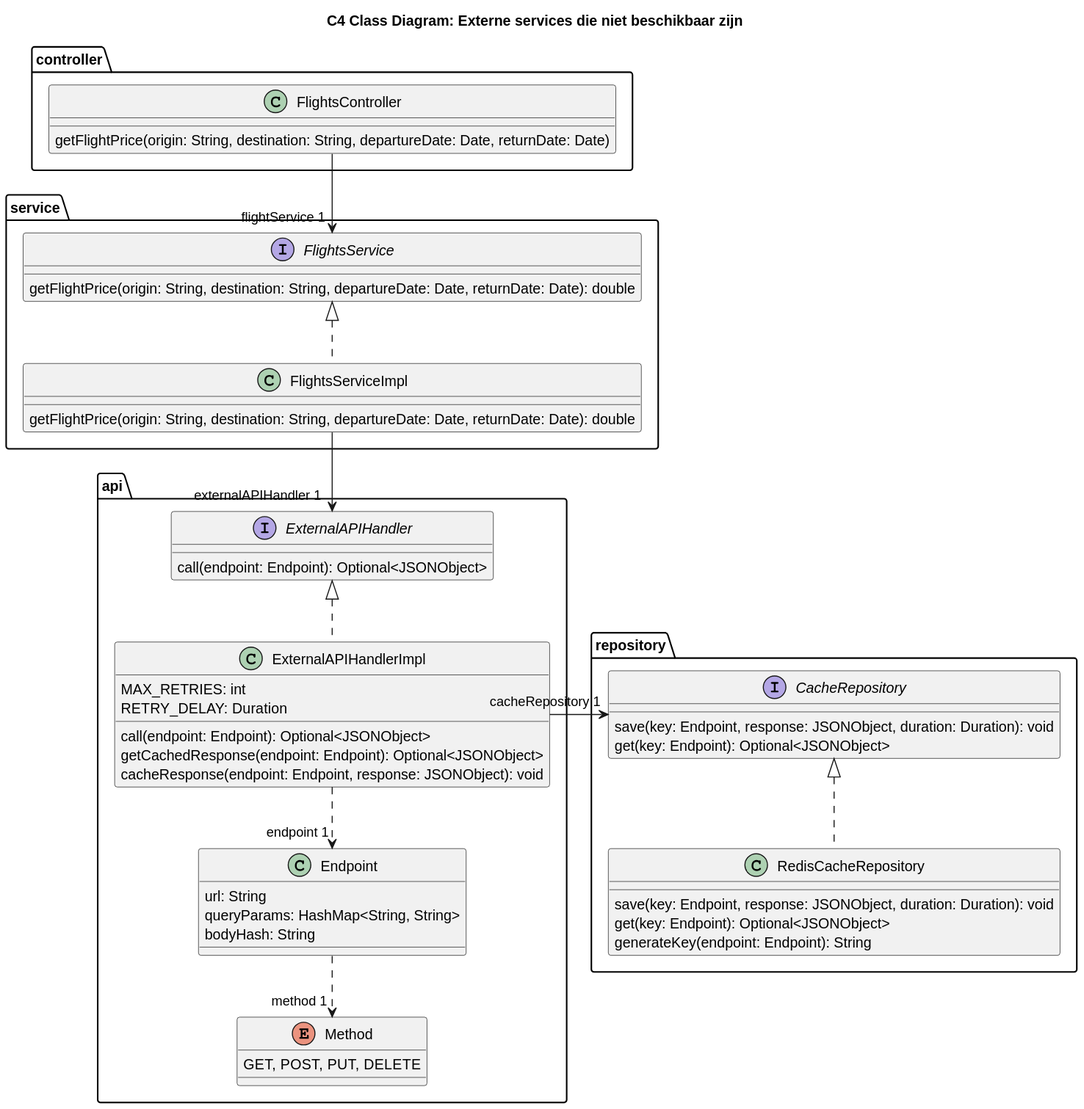
Before: software-guidebook/sgb-bestanden/ontwerpvragen/Fault Tolerance - class diagram-C4_Class_Diagram___Backend.svg, a diagram exported from PlantUML (AIM-ENE-feb25/triptop-groep-4-jochem-roald-stijn-a).
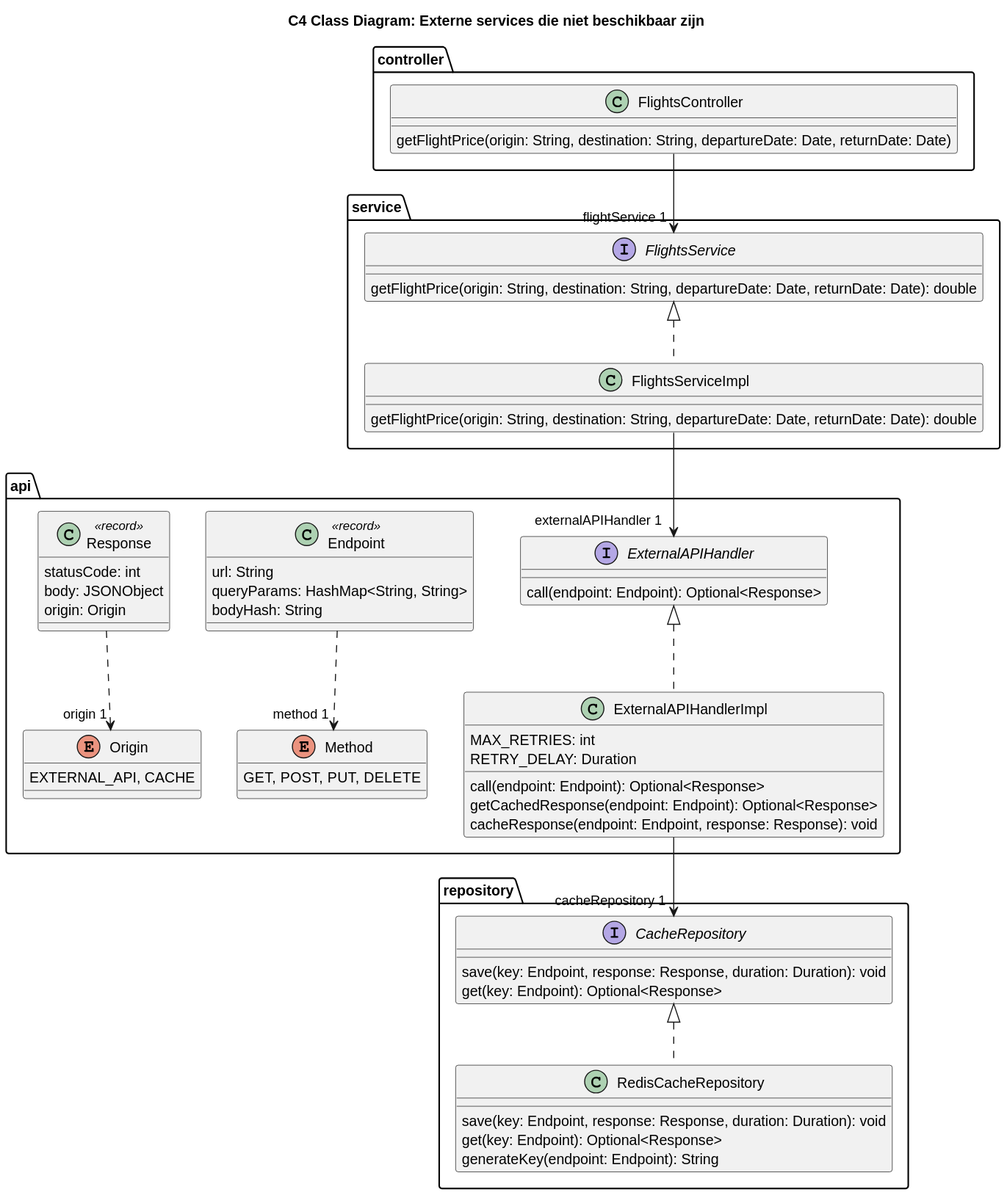
Above is the later version.

Commit message:
origin van response toegevoegd

Change to the diagram source:
```diff
@@ -22,18 +22,18 @@
 
 package "api" {
     interface ExternalAPIHandler {
-        call(endpoint: Endpoint): Optional<JSONObject>
+        call(endpoint: Endpoint): Optional<Response>
     }
 
     class ExternalAPIHandlerImpl {
         MAX_RETRIES: int
         RETRY_DELAY: Duration
-        call(endpoint: Endpoint): Optional<JSONObject>
-        getCachedResponse(endpoint: Endpoint): Optional<JSONObject>
-        cacheResponse(endpoint: Endpoint, response: JSONObject): void
+        call(endpoint: Endpoint): Optional<Response>
+        getCachedResponse(endpoint: Endpoint): Optional<Response>
+        cacheResponse(endpoint: Endpoint, response: Response): void
     }
 
-    class Endpoint {
+    class Endpoint <<record>> {
         url: String
         queryParams: HashMap<String, String>
         bodyHash: String
@@ -42,17 +42,27 @@
     enum Method {
         GET, POST, PUT, DELETE
     }
+
+    class Response <<record>> {
+        statusCode: int
+        body: JSONObject
+        origin: Origin
+    }
+
+    enum Origin {
+        EXTERNAL_API, CACHE
+    }
 }
 
 package "repository" {
     interface CacheRepository {
-        save(key: Endpoint, response: JSONObject, duration: Duration): void
-        get(key: Endpoint): Optional<JSONObject>
+        save(key: Endpoint, response: Response, duration: Duration): void
+        get(key: Endpoint): Optional<Response>
     }
 
     class RedisCacheRepository {
-        save(key: Endpoint, response: JSONObject, duration: Duration): void
-        get(key: Endpoint): Optional<JSONObject>
+        save(key: Endpoint, response: Response, duration: Duration): void
+        get(key: Endpoint): Optional<Response>
         generateKey(endpoint: Endpoint): String
     }
 }
@@ -61,8 +71,8 @@
 FlightsServiceImpl .u.|> FlightsService
 FlightsServiceImpl --> "externalAPIHandler 1" ExternalAPIHandler
 ExternalAPIHandlerImpl .u.|> ExternalAPIHandler
-ExternalAPIHandlerImpl -r-> "cacheRepository 1" CacheRepository
+ExternalAPIHandlerImpl --> "cacheRepository 1" CacheRepository
 RedisCacheRepository .u.|> CacheRepository
-ExternalAPIHandlerImpl ..> "endpoint 1" Endpoint
 Endpoint ..> "method 1" Method
+Response ..> "origin 1" Origin
 @enduml
```
